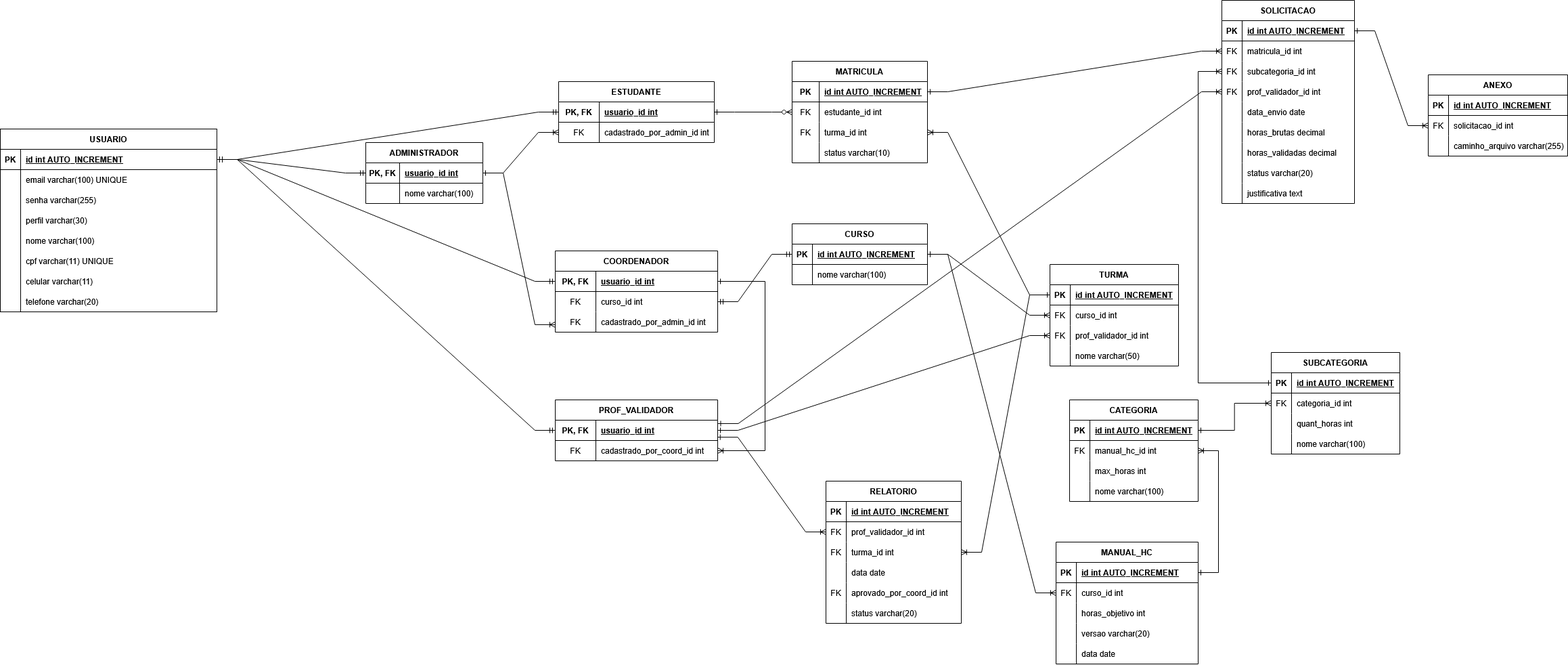
Earlier version of the draw.io export artefatos/AshLogico.drawio.png (chaoticdevs-pucpr/AcademicSupplementaryHours.project). Source tidied: cells renumbered, new cells last; positions are measured from the earlier drawing's top-left corner, leaving out a move shared by most shapes.
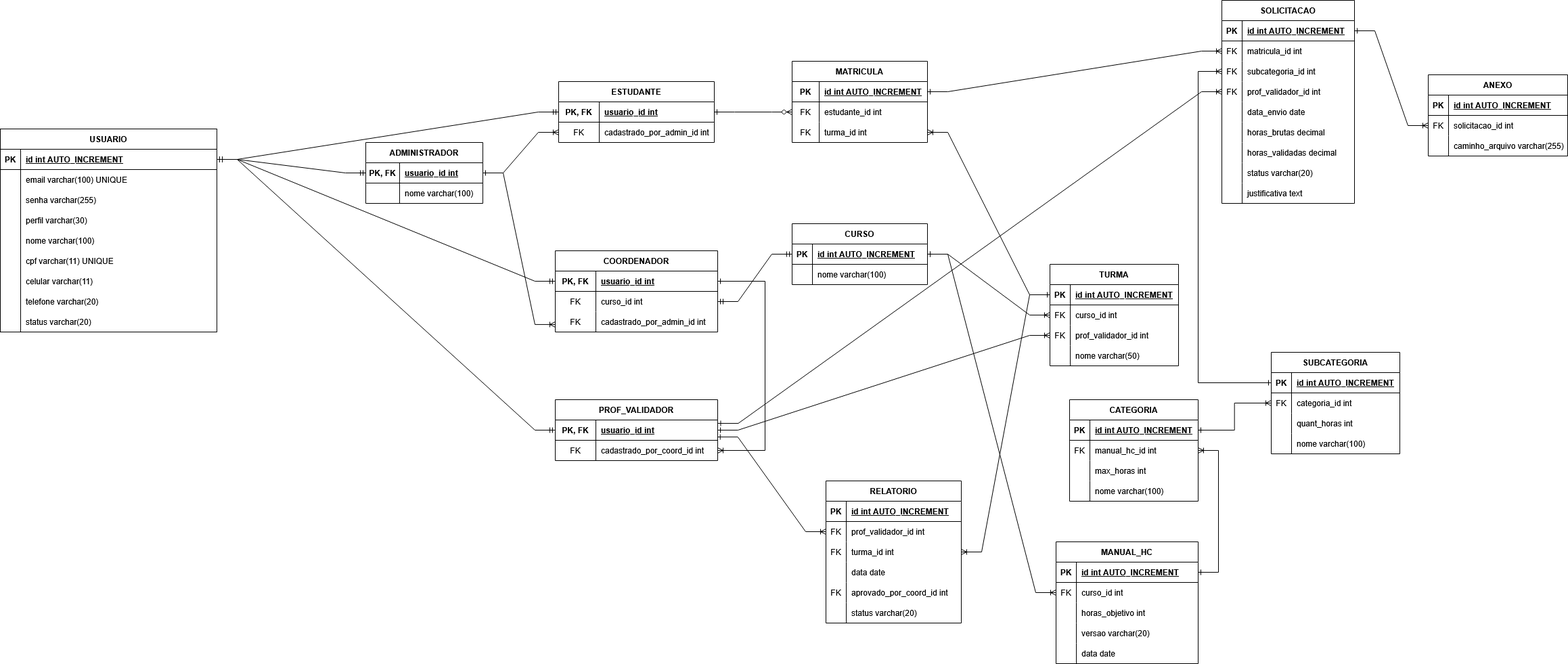
Above is the later version.

What changed in the source:
```diff
@@ -3,7 +3,7 @@
     <mxCell id="0" />
     <mxCell id="1" parent="0" />
     <mxCell id="2" value="USUARIO" style="shape=table;startSize=30;rowLines=0;fontStyle=1;align=center;" parent="1" vertex="1">
-      <mxGeometry y="190" width="320" height="270" as="geometry" />
+      <mxGeometry y="190" width="320" height="300" as="geometry" />
     </mxCell>
     <mxCell id="3" style="shape=tableRow;horizontal=0;startSize=0;swimlaneHead=0;swimlaneBody=0;fillColor=none;points=[[0,0.5],[1,0.5]];portConstraint=eastwest;strokeColor=inherit;top=0;left=0;right=0;bottom=1;" parent="2" vertex="1">
       <mxGeometry y="30" width="320" height="30" as="geometry" />
@@ -77,6 +77,15 @@
     <mxCell id="26" value="telefone varchar(20)" style="shape=partialRectangle;overflow=hidden;fillColor=none;align=left;strokeColor=inherit;top=0;left=0;bottom=0;right=0;spacingLeft=6;" parent="24" vertex="1">
       <mxGeometry x="30" width="290" height="30" as="geometry" />
     </mxCell>
+    <mxCell id="211" style="shape=tableRow;horizontal=0;startSize=0;swimlaneHead=0;swimlaneBody=0;fillColor=none;strokeColor=inherit;top=0;left=0;right=0;bottom=0;" parent="2" vertex="1">
+      <mxGeometry y="270" width="320" height="30" as="geometry" />
+    </mxCell>
+    <mxCell id="212" value="&#10;&#10;" style="shape=partialRectangle;overflow=hidden;fillColor=none;strokeColor=inherit;top=0;left=0;bottom=0;right=0;" parent="211" vertex="1">
+      <mxGeometry width="30" height="30" as="geometry" />
+    </mxCell>
+    <mxCell id="213" value="status varchar(20)" style="shape=partialRectangle;overflow=hidden;fillColor=none;align=left;strokeColor=inherit;top=0;left=0;bottom=0;right=0;spacingLeft=6;" parent="211" vertex="1">
+      <mxGeometry x="30" width="290" height="30" as="geometry" />
+    </mxCell>
     <mxCell id="27" value="CURSO" style="shape=table;startSize=30;rowLines=0;fontStyle=1;align=center;" parent="1" vertex="1">
       <mxGeometry x="1170" y="330" width="200" height="90" as="geometry" />
     </mxCell>
@@ -210,7 +219,7 @@
       <mxGeometry x="30" width="160" height="30" as="geometry" />
     </mxCell>
     <mxCell id="71" value="MATRICULA" style="shape=table;startSize=30;rowLines=0;fontStyle=1;align=center;" parent="1" vertex="1">
-      <mxGeometry x="1170" y="90" width="200" height="150" as="geometry" />
+      <mxGeometry x="1170" y="90" width="200" height="120" as="geometry" />
     </mxCell>
     <mxCell id="72" style="shape=tableRow;horizontal=0;startSize=0;swimlaneHead=0;swimlaneBody=0;fillColor=none;points=[[0,0.5],[1,0.5]];portConstraint=eastwest;strokeColor=inherit;top=0;left=0;right=0;bottom=1;" parent="71" vertex="1">
       <mxGeometry y="30" width="200" height="30" as="geometry" />
@@ -239,15 +248,6 @@
     <mxCell id="80" value="turma_id int" style="shape=partialRectangle;overflow=hidden;fillColor=none;align=left;strokeColor=inherit;top=0;left=0;bottom=0;right=0;spacingLeft=6;" parent="78" vertex="1">
       <mxGeometry x="40" width="160" height="30" as="geometry" />
     </mxCell>
-    <mxCell id="81" style="shape=tableRow;horizontal=0;startSize=0;swimlaneHead=0;swimlaneBody=0;fillColor=none;strokeColor=inherit;top=0;left=0;right=0;bottom=0;" parent="71" vertex="1">
-      <mxGeometry y="120" width="200" height="30" as="geometry" />
-    </mxCell>
-    <mxCell id="82" style="shape=partialRectangle;overflow=hidden;fillColor=none;strokeColor=inherit;top=0;left=0;bottom=0;right=0;" parent="81" vertex="1">
-      <mxGeometry width="40" height="30" as="geometry" />
-    </mxCell>
-    <mxCell id="83" value="status varchar(10)" style="shape=partialRectangle;overflow=hidden;fillColor=none;align=left;strokeColor=inherit;top=0;left=0;bottom=0;right=0;spacingLeft=6;" parent="81" vertex="1">
-      <mxGeometry x="40" width="160" height="30" as="geometry" />
-    </mxCell>
     <mxCell id="84" value="MANUAL_HC" style="shape=table;startSize=30;rowLines=0;fontStyle=1;align=center;" parent="1" vertex="1">
       <mxGeometry x="1560" y="800" width="210" height="180" as="geometry" />
     </mxCell>
```
